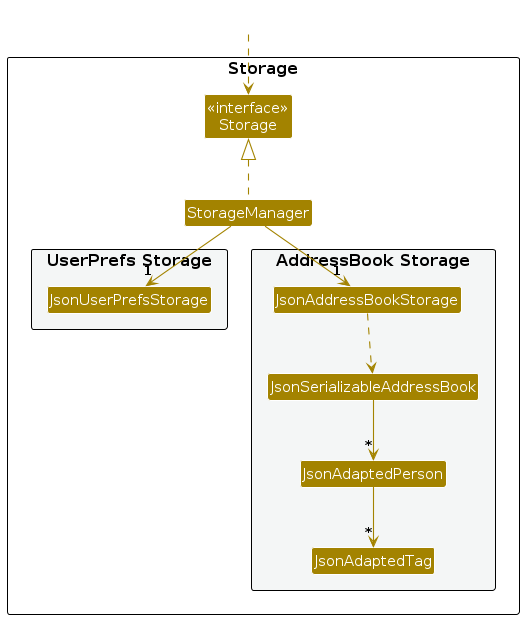
AY2627S1-CS2103-F10-2/tp keeps this PlantUML diagram as diagrams/StorageClassDiagram.png. Above is the earlier version. Its source is kept beside it as diagrams/StorageClassDiagram.puml. The source it was exported from:
```plantuml
@startuml
!include style.puml
skinparam arrowThickness 1.1
skinparam arrowColor STORAGE_COLOR
skinparam classBackgroundColor STORAGE_COLOR

package Storage as StoragePackage {

Class "<<interface>>\nStorage" as Storage
Class StorageManager

package "UserPrefs Storage" #F4F6F6{
Class JsonUserPrefsStorage
}

package "AddressBook Storage" #F4F6F6{
Class JsonAddressBookStorage
Class JsonSerializableAddressBook
Class JsonAdaptedPerson
Class JsonAdaptedTag
}

}

Class HiddenOutside #FFFFFF
HiddenOutside ..> Storage

StorageManager .up.|> Storage
StorageManager -down-> "1" JsonUserPrefsStorage
StorageManager -down-> "1" JsonAddressBookStorage

JsonAddressBookStorage ..> JsonSerializableAddressBook
JsonSerializableAddressBook --> "*" JsonAdaptedPerson
JsonAdaptedPerson --> "*" JsonAdaptedTag

@enduml
```
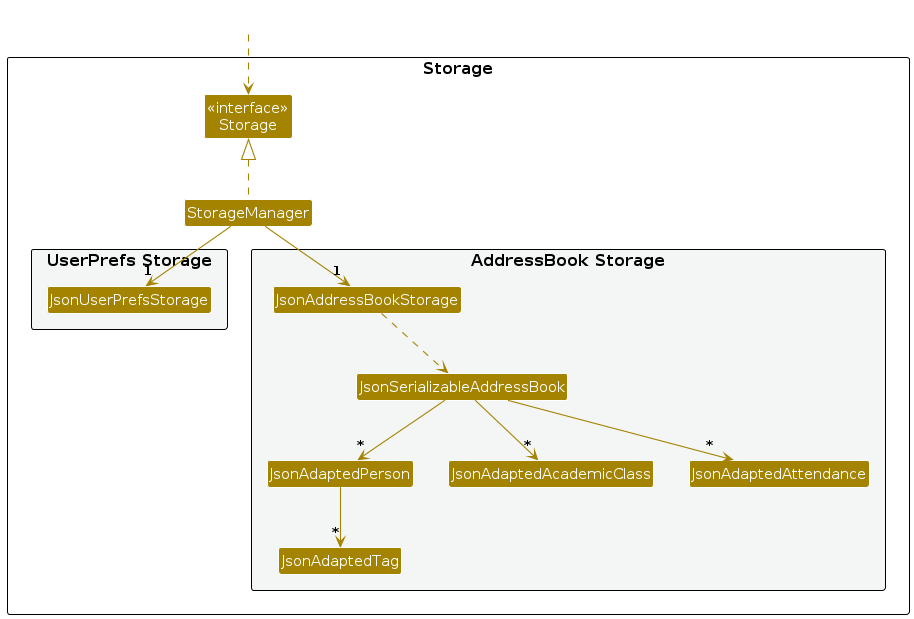
Above is the later version.

Diff of the diagram source:
```diff
@@ -18,6 +18,8 @@
 Class JsonSerializableAddressBook
 Class JsonAdaptedPerson
 Class JsonAdaptedTag
+Class JsonAdaptedAcademicClass
+Class JsonAdaptedAttendance
 }
 
 }
@@ -31,6 +33,8 @@
 
 JsonAddressBookStorage ..> JsonSerializableAddressBook
 JsonSerializableAddressBook --> "*" JsonAdaptedPerson
+JsonSerializableAddressBook --> "*" JsonAdaptedAcademicClass
+JsonSerializableAddressBook --> "*" JsonAdaptedAttendance
 JsonAdaptedPerson --> "*" JsonAdaptedTag
 
 @enduml
```
